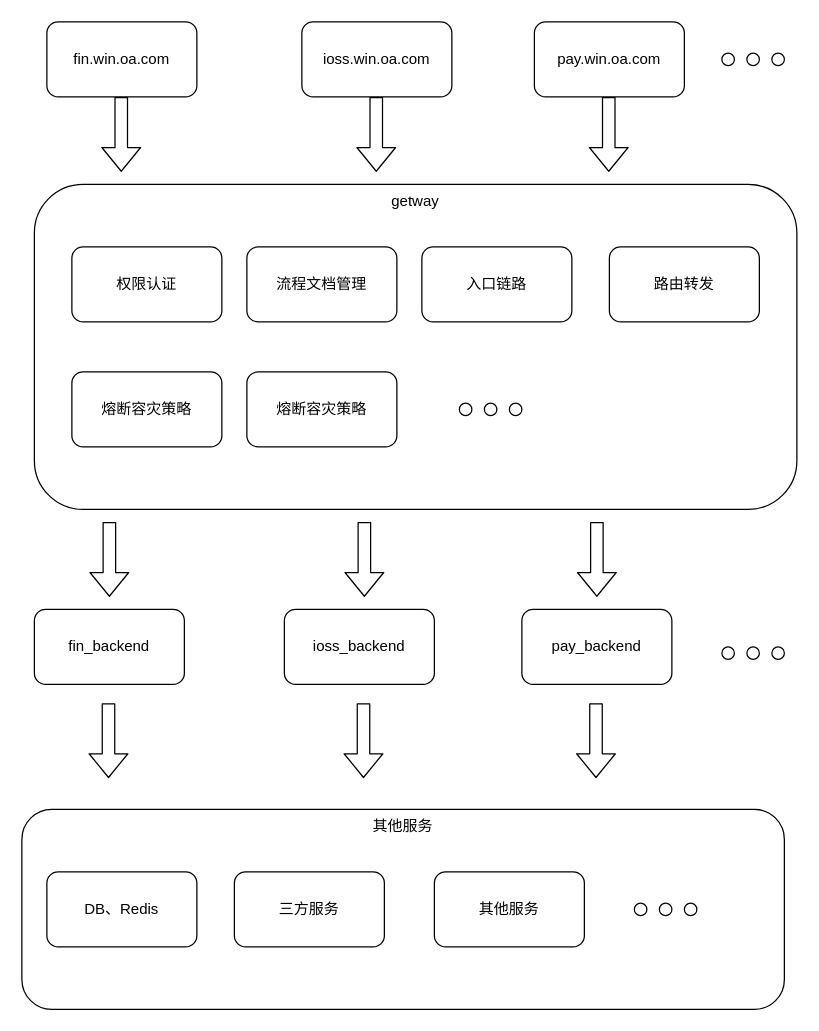
Before: Untitled Diagram.drawio in wandiao/jyty, a draw.io diagram. Source tidied: cells renumbered, new cells numbered last; positions are measured from the earlier drawing's top-left corner, leaving out a move shared by most shapes. Both pictures are drawn from the tidied source at 125%, with x=0, y=0 at pixel (21, 21).
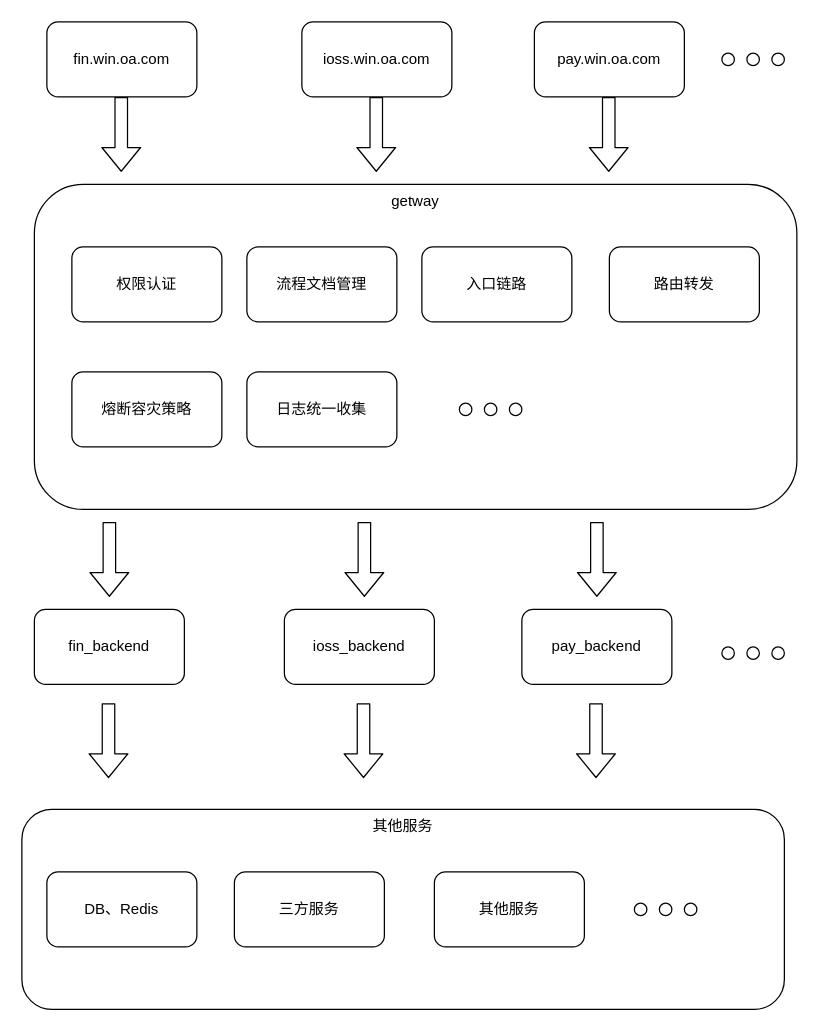
The same page after the edit.

What changed in the source:
```diff
@@
-    <mxCell id="22" value="熔断容灾策略" style="rounded=1;whiteSpace=wrap;html=1;verticalAlign=middle;" parent="1" vertex="1">
+    <mxCell id="22" value="日志统一收集" style="rounded=1;whiteSpace=wrap;html=1;verticalAlign=middle;" parent="1" vertex="1">
       <mxGeometry x="180" y="280" width="120" height="60" as="geometry" />
     </mxCell>
```
